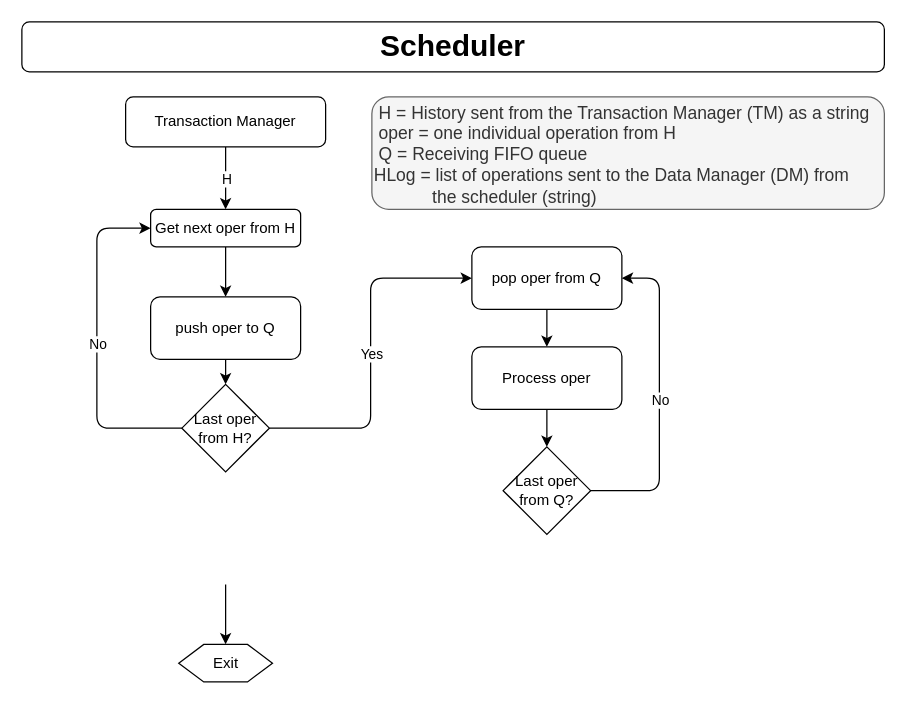
Rod-Skoglund/CS5570-Project keeps this draw.io diagram as Design/CS 5570 Team4 Design - Scheduler.drawio. Above is the earlier version. Source tidied: cells renumbered, new cells numbered last; positions are measured from the earlier drawing's top-left corner, leaving out a move shared by most shapes. Both pictures are drawn from the tidied source at 125%, with x=0, y=0 at pixel (21, 21).
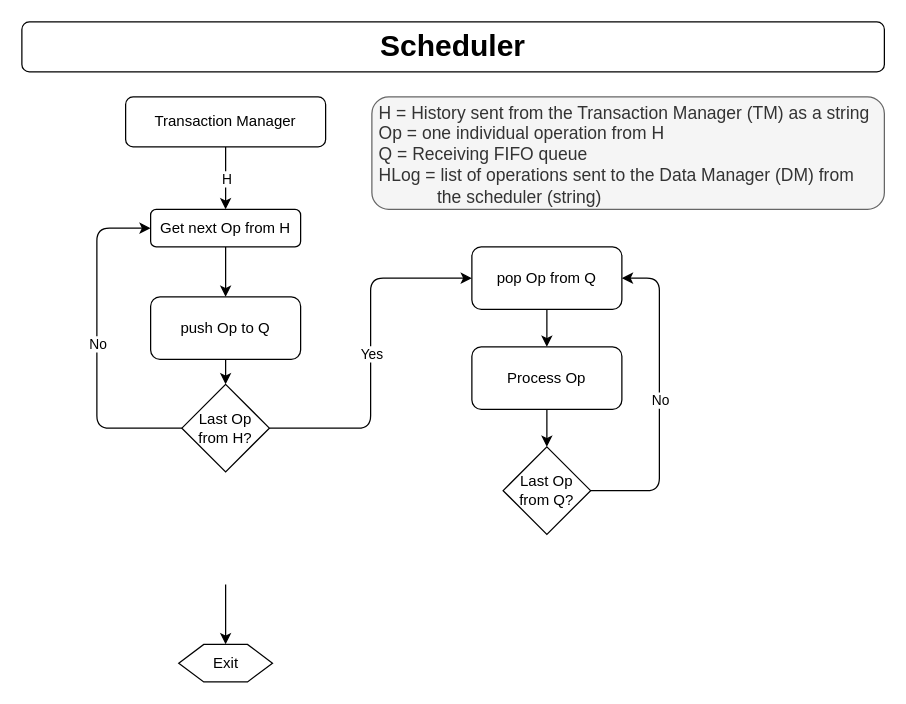
The same diagram, later.

Commit message:
Changed name of operation variable

What changed in the source:
```diff
@@
-    <mxCell id="4" value="&amp;nbsp;H = History sent from the Transaction Manager (TM) as a string&lt;br&gt;&amp;nbsp;oper = one individual operation from H&lt;br&gt;&amp;nbsp;Q = Receiving FIFO queue&lt;br&gt;HLog = list of operations sent to the Data Manager (DM) from &lt;br&gt;&amp;nbsp; &amp;nbsp; &amp;nbsp; &amp;nbsp; &amp;nbsp; &amp;nbsp; the scheduler (string)" style="text;html=1;align=left;verticalAlign=middle;whiteSpace=wrap;rounded=1;fontSize=14;labelBorderColor=none;spacingTop=2;spacingLeft=0;spacingBottom=0;spacingRight=0;spacing=2;perimeterSpacing=0;strokeWidth=1;labelPadding=-1;fillColor=#f5f5f5;strokeColor=#666666;fontColor=#333333;" parent="1" vertex="1">
+    <mxCell id="4" value="&amp;nbsp;H = History sent from the Transaction Manager (TM) as a string&lt;br&gt;&amp;nbsp;Op = one individual operation from H&lt;br&gt;&amp;nbsp;Q = Receiving FIFO queue&lt;br&gt;&amp;nbsp;HLog = list of operations sent to the Data Manager (DM) from &lt;br&gt;&amp;nbsp; &amp;nbsp; &amp;nbsp; &amp;nbsp; &amp;nbsp; &amp;nbsp; &amp;nbsp;the scheduler (string)" style="text;html=1;align=left;verticalAlign=middle;whiteSpace=wrap;rounded=1;fontSize=14;labelBorderColor=none;spacingTop=2;spacingLeft=0;spacingBottom=0;spacingRight=0;spacing=2;perimeterSpacing=0;strokeWidth=1;labelPadding=-1;fillColor=#f5f5f5;strokeColor=#666666;fontColor=#333333;" parent="1" vertex="1">
       <mxGeometry x="280" y="60" width="410" height="90" as="geometry" />
     </mxCell>
@@
-    <mxCell id="6" value="Get next oper from H" style="rounded=1;whiteSpace=wrap;html=1;fontSize=12;glass=0;strokeWidth=1;shadow=0;" parent="1" vertex="1">
+    <mxCell id="6" value="Get next Op from H" style="rounded=1;whiteSpace=wrap;html=1;fontSize=12;glass=0;strokeWidth=1;shadow=0;" parent="1" vertex="1">
       <mxGeometry x="103" y="150" width="120" height="30" as="geometry" />
     </mxCell>
@@
-    <mxCell id="11" value="pop oper from Q" style="rounded=1;whiteSpace=wrap;html=1;fontSize=12;glass=0;strokeWidth=1;shadow=0;" parent="1" vertex="1">
+    <mxCell id="11" value="pop Op from Q" style="rounded=1;whiteSpace=wrap;html=1;fontSize=12;glass=0;strokeWidth=1;shadow=0;" parent="1" vertex="1">
       <mxGeometry x="360" y="180" width="120" height="50" as="geometry" />
     </mxCell>
@@
-    <mxCell id="14" value="push oper to Q" style="rounded=1;whiteSpace=wrap;html=1;fontSize=12;glass=0;strokeWidth=1;shadow=0;" parent="1" vertex="1">
+    <mxCell id="14" value="push Op to Q" style="rounded=1;whiteSpace=wrap;html=1;fontSize=12;glass=0;strokeWidth=1;shadow=0;" parent="1" vertex="1">
       <mxGeometry x="103" y="220" width="120" height="50" as="geometry" />
     </mxCell>
-    <mxCell id="15" value="Last oper from H?" style="rhombus;whiteSpace=wrap;html=1;" parent="1" vertex="1">
+    <mxCell id="15" value="Last Op from H?" style="rhombus;whiteSpace=wrap;html=1;" parent="1" vertex="1">
       <mxGeometry x="128" y="290" width="70" height="70" as="geometry" />
     </mxCell>
@@
-    <mxCell id="21" value="Process oper" style="rounded=1;whiteSpace=wrap;html=1;fontSize=12;glass=0;strokeWidth=1;shadow=0;" parent="1" vertex="1">
+    <mxCell id="21" value="Process Op" style="rounded=1;whiteSpace=wrap;html=1;fontSize=12;glass=0;strokeWidth=1;shadow=0;" parent="1" vertex="1">
       <mxGeometry x="360" y="260" width="120" height="50" as="geometry" />
     </mxCell>
-    <mxCell id="22" value="Last oper from Q?" style="rhombus;whiteSpace=wrap;html=1;" parent="1" vertex="1">
+    <mxCell id="22" value="Last Op from Q?" style="rhombus;whiteSpace=wrap;html=1;" parent="1" vertex="1">
       <mxGeometry x="385" y="340" width="70" height="70" as="geometry" />
     </mxCell>
```
